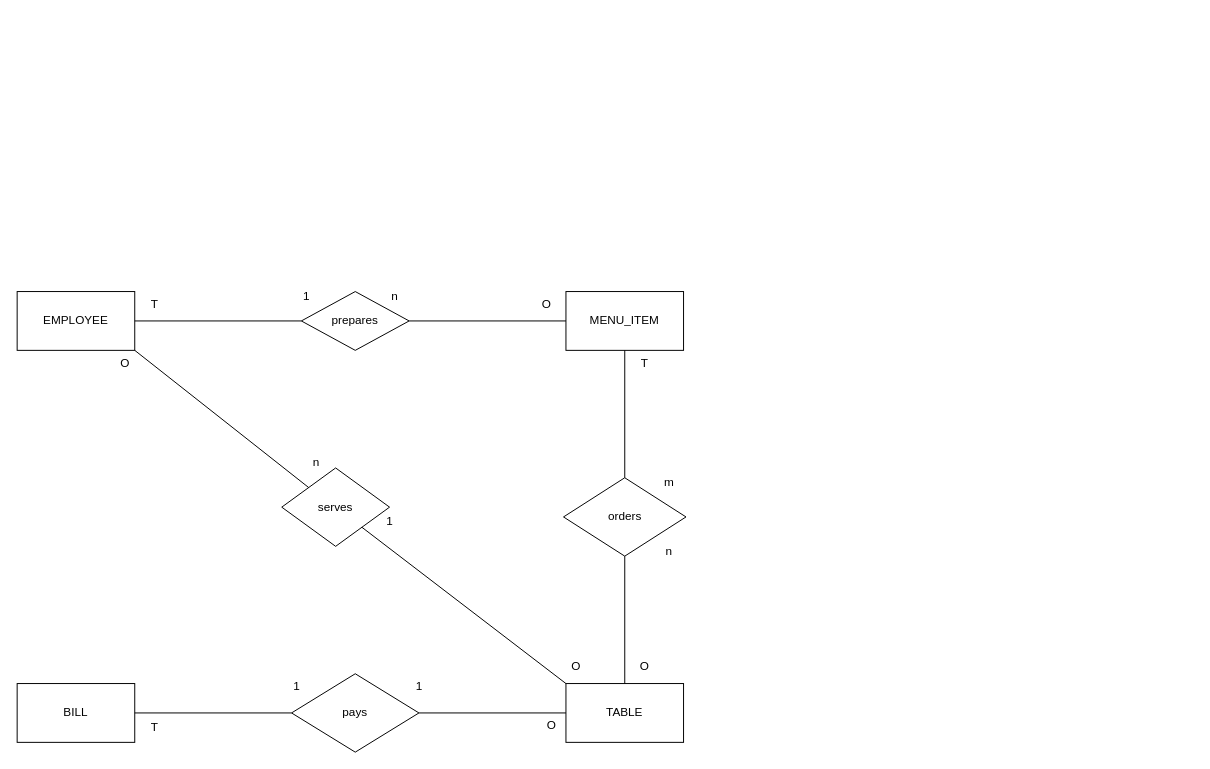
Earlier version of the draw.io diagram ProjectBuildingApplicationsERD.drawio (tnb1604/tnb1604). Source tidied: cells renumbered, new cells numbered last; positions are measured from the earlier drawing's top-left corner, leaving out a move shared by most shapes. Both pictures are drawn from the tidied source at 98%, with x=0, y=0 at pixel (17, 281).
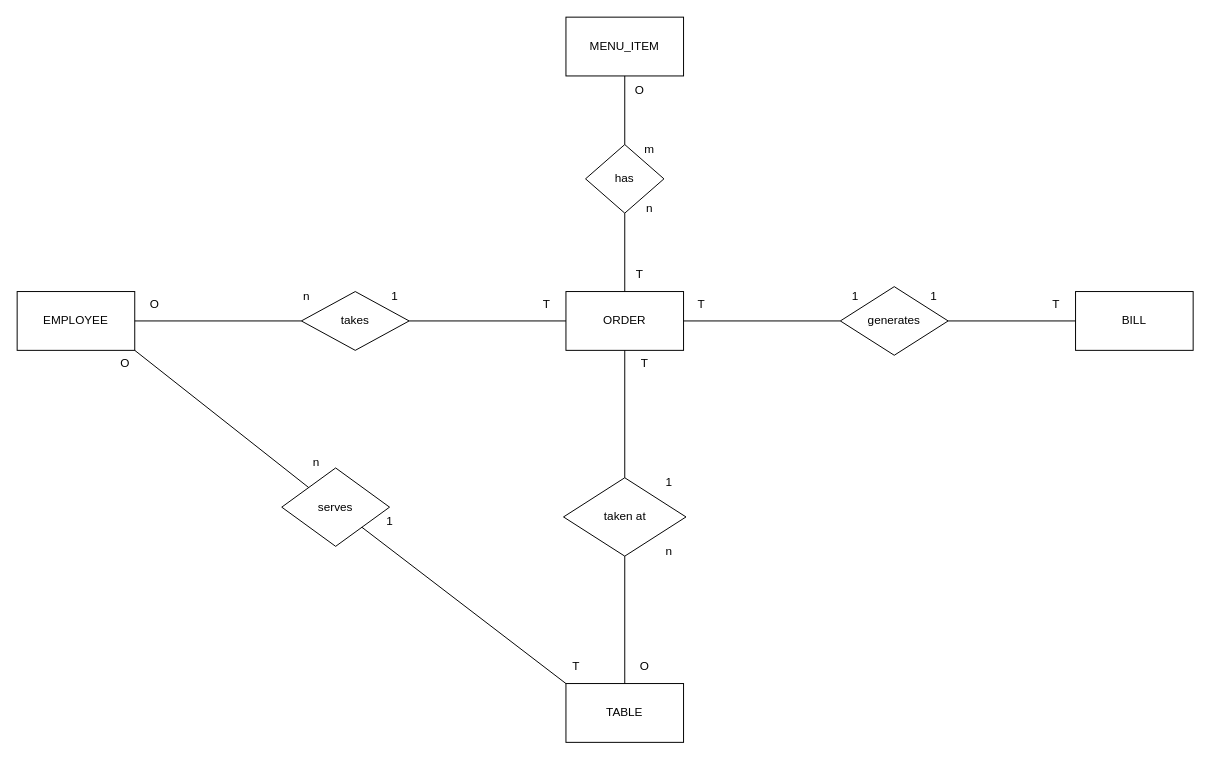
The same page after the edit.

The change refers to these unchanged cells:
```xml
<mxCell id="2" value="TABLE" style="rounded=0;whiteSpace=wrap;html=1;" parent="1" vertex="1">
  <mxGeometry x="560" y="410" width="120" height="60" as="geometry" />
</mxCell>
```

Change to the diagram source:
```diff
@@
     <mxCell id="3" value="BILL" style="rounded=0;whiteSpace=wrap;html=1;" parent="1" vertex="1">
-      <mxGeometry y="410" width="120" height="60" as="geometry" />
+      <mxGeometry x="1080" y="10" width="120" height="60" as="geometry" />
     </mxCell>
-    <mxCell id="4" value="MENU_ITEM" style="rounded=0;whiteSpace=wrap;html=1;" parent="1" vertex="1">
+    <mxCell id="4" value="ORDER" style="rounded=0;whiteSpace=wrap;html=1;" parent="1" vertex="1">
       <mxGeometry x="560" y="10" width="120" height="60" as="geometry" />
     </mxCell>
@@
-    <mxCell id="6" value="orders" style="rhombus;whiteSpace=wrap;html=1;" parent="1" vertex="1">
+    <mxCell id="6" value="taken at" style="rhombus;whiteSpace=wrap;html=1;" parent="1" vertex="1">
       <mxGeometry x="557.5" y="200" width="125" height="80" as="geometry" />
     </mxCell>
-    <mxCell id="7" value="pays" style="rhombus;whiteSpace=wrap;html=1;" parent="1" vertex="1">
-      <mxGeometry x="280" y="400" width="130" height="80" as="geometry" />
-    </mxCell>
@@
-    <mxCell id="10" style="endArrow=none;html=1;rounded=0;entryX=0;entryY=0.5;entryDx=0;entryDy=0;exitX=1;exitY=0.5;exitDx=0;exitDy=0;" parent="1" edge="1" source="7" target="2">
-      <mxGeometry relative="1" as="geometry" />
-    </mxCell>
-    <mxCell id="11" style="endArrow=none;html=1;rounded=0;entryX=0;entryY=0.5;entryDx=0;entryDy=0;exitX=1;exitY=0.5;exitDx=0;exitDy=0;" parent="1" edge="1" source="3" target="7">
-      <mxGeometry relative="1" as="geometry" />
-    </mxCell>
-    <mxCell id="12" value="prepares" style="rhombus;whiteSpace=wrap;html=1;" parent="1" vertex="1">
+    <mxCell id="12" value="takes" style="rhombus;whiteSpace=wrap;html=1;" parent="1" vertex="1">
       <mxGeometry x="290" y="10" width="110" height="60" as="geometry" />
     </mxCell>
@@
-    <mxCell id="19" value="m" style="text;html=1;align=center;verticalAlign=middle;strokeColor=none;fillColor=none;" parent="1" vertex="1">
+    <mxCell id="19" value="1" style="text;html=1;align=center;verticalAlign=middle;strokeColor=none;fillColor=none;" parent="1" vertex="1">
       <mxGeometry x="650" y="190" width="30" height="30" as="geometry" />
     </mxCell>
@@
-    <mxCell id="22" value="1" style="text;html=1;align=center;verticalAlign=middle;strokeColor=none;fillColor=none;" parent="1" vertex="1">
+    <mxCell id="22" value="n" style="text;html=1;align=center;verticalAlign=middle;strokeColor=none;fillColor=none;" parent="1" vertex="1">
       <mxGeometry x="280" width="30" height="30" as="geometry" />
     </mxCell>
-    <mxCell id="23" value="n" style="text;html=1;align=center;verticalAlign=middle;strokeColor=none;fillColor=none;" parent="1" vertex="1">
+    <mxCell id="23" value="1" style="text;html=1;align=center;verticalAlign=middle;strokeColor=none;fillColor=none;" parent="1" vertex="1">
       <mxGeometry x="370" width="30" height="30" as="geometry" />
     </mxCell>
-    <mxCell id="24" value="1" style="text;html=1;align=center;verticalAlign=middle;strokeColor=none;fillColor=none;" parent="1" vertex="1">
-      <mxGeometry x="270" y="398" width="30" height="30" as="geometry" />
-    </mxCell>
-    <mxCell id="25" value="1" style="text;html=1;align=center;verticalAlign=middle;strokeColor=none;fillColor=none;" parent="1" vertex="1">
-      <mxGeometry x="395" y="398" width="30" height="30" as="geometry" />
-    </mxCell>
-    <mxCell id="26" value="T" style="text;html=1;align=center;verticalAlign=middle;strokeColor=none;fillColor=none;" parent="1" vertex="1">
+    <mxCell id="26" value="O" style="text;html=1;align=center;verticalAlign=middle;strokeColor=none;fillColor=none;" parent="1" vertex="1">
       <mxGeometry x="125" y="8" width="30" height="30" as="geometry" />
     </mxCell>
-    <mxCell id="27" value="O" style="text;html=1;align=center;verticalAlign=middle;strokeColor=none;fillColor=none;" parent="1" vertex="1">
+    <mxCell id="27" value="T" style="text;html=1;align=center;verticalAlign=middle;strokeColor=none;fillColor=none;" parent="1" vertex="1">
       <mxGeometry x="525" y="8" width="30" height="30" as="geometry" />
     </mxCell>
@@
-    <mxCell id="30" value="T" style="text;html=1;align=center;verticalAlign=middle;strokeColor=none;fillColor=none;" parent="1" vertex="1">
-      <mxGeometry x="125" y="440" width="30" height="30" as="geometry" />
-    </mxCell>
-    <mxCell id="31" value="O" style="text;html=1;align=center;verticalAlign=middle;strokeColor=none;fillColor=none;" parent="1" vertex="1">
-      <mxGeometry x="530" y="438" width="30" height="30" as="geometry" />
-    </mxCell>
-    <mxCell id="32" value="O" style="text;html=1;align=center;verticalAlign=middle;strokeColor=none;fillColor=none;" parent="1" vertex="1">
+    <mxCell id="32" value="T" style="text;html=1;align=center;verticalAlign=middle;strokeColor=none;fillColor=none;" parent="1" vertex="1">
       <mxGeometry x="555" y="378" width="30" height="30" as="geometry" />
     </mxCell>
@@
+    <mxCell id="34" style="endArrow=none;html=1;rounded=0;entryX=0.5;entryY=0;entryDx=0;entryDy=0;exitX=0.5;exitY=1;exitDx=0;exitDy=0;" parent="1" edge="1" source="35" target="4">
+      <mxGeometry relative="1" as="geometry" />
+    </mxCell>
+    <mxCell id="35" value="has" style="rhombus;whiteSpace=wrap;html=1;" parent="1" vertex="1">
+      <mxGeometry x="580" y="-140" width="80" height="70" as="geometry" />
+    </mxCell>
+    <mxCell id="36" value="MENU_ITEM" style="rounded=0;whiteSpace=wrap;html=1;" parent="1" vertex="1">
+      <mxGeometry x="560" y="-270" width="120" height="60" as="geometry" />
+    </mxCell>
+    <mxCell id="37" style="endArrow=none;html=1;rounded=0;entryX=0.5;entryY=0;entryDx=0;entryDy=0;exitX=0.5;exitY=1;exitDx=0;exitDy=0;" parent="1" edge="1" source="36" target="35">
+      <mxGeometry relative="1" as="geometry" />
+    </mxCell>
+    <mxCell id="38" value="generates" style="rhombus;whiteSpace=wrap;html=1;" parent="1" vertex="1">
+      <mxGeometry x="840" y="5" width="110" height="70" as="geometry" />
+    </mxCell>
+    <mxCell id="39" style="endArrow=none;html=1;rounded=0;entryX=1;entryY=0.5;entryDx=0;entryDy=0;exitX=0;exitY=0.5;exitDx=0;exitDy=0;" parent="1" edge="1" source="38" target="4">
+      <mxGeometry relative="1" as="geometry" />
+    </mxCell>
+    <mxCell id="40" style="endArrow=none;html=1;rounded=0;entryX=1;entryY=0.5;entryDx=0;entryDy=0;exitX=0;exitY=0.5;exitDx=0;exitDy=0;" parent="1" edge="1" source="3" target="38">
+      <mxGeometry relative="1" as="geometry" />
+    </mxCell>
+    <mxCell id="41" value="1" style="text;html=1;align=center;verticalAlign=middle;strokeColor=none;fillColor=none;" parent="1" vertex="1">
+      <mxGeometry x="920" width="30" height="30" as="geometry" />
+    </mxCell>
+    <mxCell id="42" value="1" style="text;html=1;align=center;verticalAlign=middle;strokeColor=none;fillColor=none;" parent="1" vertex="1">
+      <mxGeometry x="840" width="30" height="30" as="geometry" />
+    </mxCell>
+    <mxCell id="43" value="n" style="text;html=1;align=center;verticalAlign=middle;strokeColor=none;fillColor=none;" parent="1" vertex="1">
+      <mxGeometry x="630" y="-90" width="30" height="30" as="geometry" />
+    </mxCell>
+    <mxCell id="44" value="m" style="text;html=1;align=center;verticalAlign=middle;strokeColor=none;fillColor=none;" parent="1" vertex="1">
+      <mxGeometry x="630" y="-150" width="30" height="30" as="geometry" />
+    </mxCell>
+    <mxCell id="45" value="T" style="text;html=1;align=center;verticalAlign=middle;strokeColor=none;fillColor=none;" parent="1" vertex="1">
+      <mxGeometry x="682.5" y="8" width="30" height="30" as="geometry" />
+    </mxCell>
+    <mxCell id="46" value="T" style="text;html=1;align=center;verticalAlign=middle;strokeColor=none;fillColor=none;" parent="1" vertex="1">
+      <mxGeometry x="1045" y="8" width="30" height="30" as="geometry" />
+    </mxCell>
+    <mxCell id="47" value="T" style="text;html=1;align=center;verticalAlign=middle;strokeColor=none;fillColor=none;" parent="1" vertex="1">
+      <mxGeometry x="620" y="-22" width="30" height="30" as="geometry" />
+    </mxCell>
+    <mxCell id="31" value="O" style="text;html=1;align=center;verticalAlign=middle;strokeColor=none;fillColor=none;" parent="1" vertex="1">
+      <mxGeometry x="620" y="-210" width="30" height="30" as="geometry" />
+    </mxCell>
```
